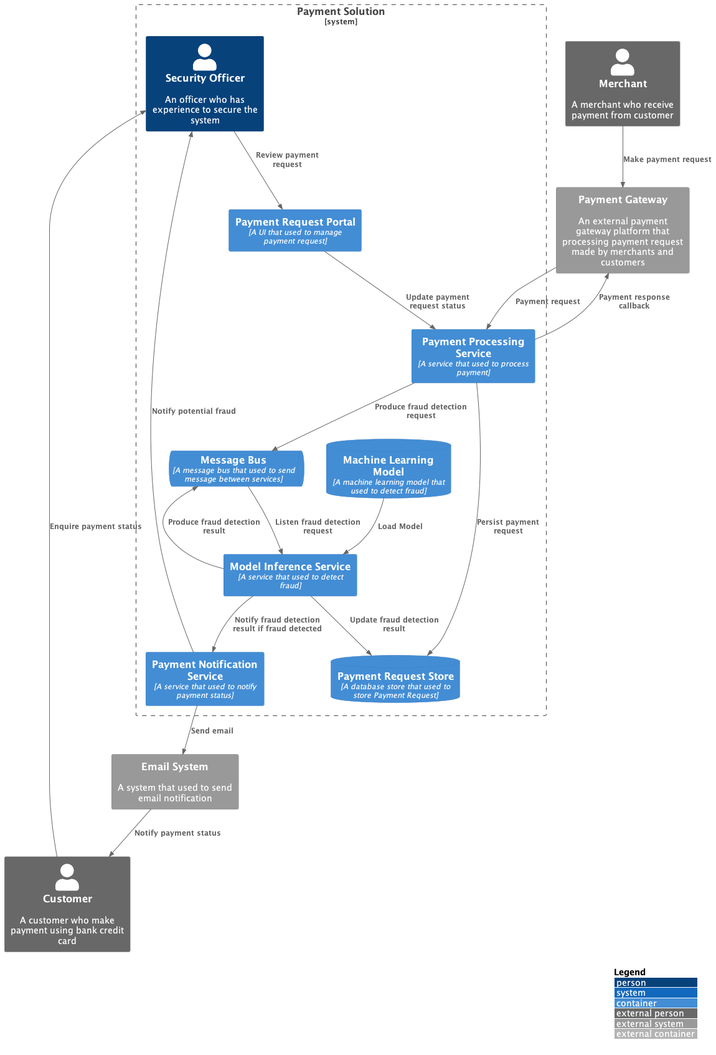
Above: images/C4_container_diagram.png in reidlai/cp630-final-project (PlantUML), before the change. Its diagram source:
```plantuml
@startuml
!include https://raw.githubusercontent.com/plantuml-stdlib/C4-PlantUML/master/C4_Container.puml

LAYOUT_WITH_LEGEND()

Person_Ext(customer, "Customer", "A customer who make payment using bank credit card")
Person_Ext(merchant, "Merchant", "A merchant who receive payment from customer")
System_Ext(emailsystem, "Email System", "A system that used to send email notification")
System_Ext(paymentgateway, "Payment Gateway", "An external payment gateway platform that processing payment request made by merchants and customers")

System_Boundary(paymentsolution, "Payment Solution", "A banking payment solution that process credit card payment request sent by payment gateway") {
    Person(security_officer, "Security Officer", "An officer who has experience to secure the system")
    ContainerDb(ml_model, "Machine Learning Model", "A machine learning model that used to detect fraud")
    ContainerQueue(message_bus, "Message Bus", "A message bus that used to send message between services")
    Container(model_inference_service, "Model Inference Service", "A service that used to detect fraud")
    Container(payment_processing_service, "Payment Processing Service", "A service that used to process payment")
    ContainerDb(payment_request_store, "Payment Request Store", "A database store that used to store Payment Request")
    Container(payment_notification_service, "Payment Notification Service", "A service that used to notify payment status")
    Container(payment_request_portal, "Payment Request Portal", "A UI that used to manage payment request")
}

Rel(merchant, paymentgateway, "Make payment request")

Rel(paymentgateway, payment_processing_service, "Payment request")
Rel(payment_processing_service, paymentgateway, "Payment response callback")

Rel(payment_processing_service, payment_request_store, "Persist payment request")
Rel(payment_processing_service, message_bus, "Produce fraud detection request")

Rel(message_bus, model_inference_service, "Listen fraud detection request")
Rel(ml_model, model_inference_service, "Load Model")

Rel(model_inference_service, payment_request_store, "Update fraud detection result")
Rel(model_inference_service, payment_notification_service, "Notify fraud detection result if fraud detected")
Rel(model_inference_service, message_bus, "Produce fraud detection result")

Rel(payment_notification_service, emailsystem, "Send email")
Rel(payment_notification_service, security_officer, "Notify potential fraud")
Rel(security_officer, payment_request_portal, "Review payment request")
Rel(payment_request_portal, payment_processing_service, "Update payment request status")

Rel(emailsystem, customer, "Notify payment status")
Rel(customer, security_officer, "Enquire payment status")


@enduml
```
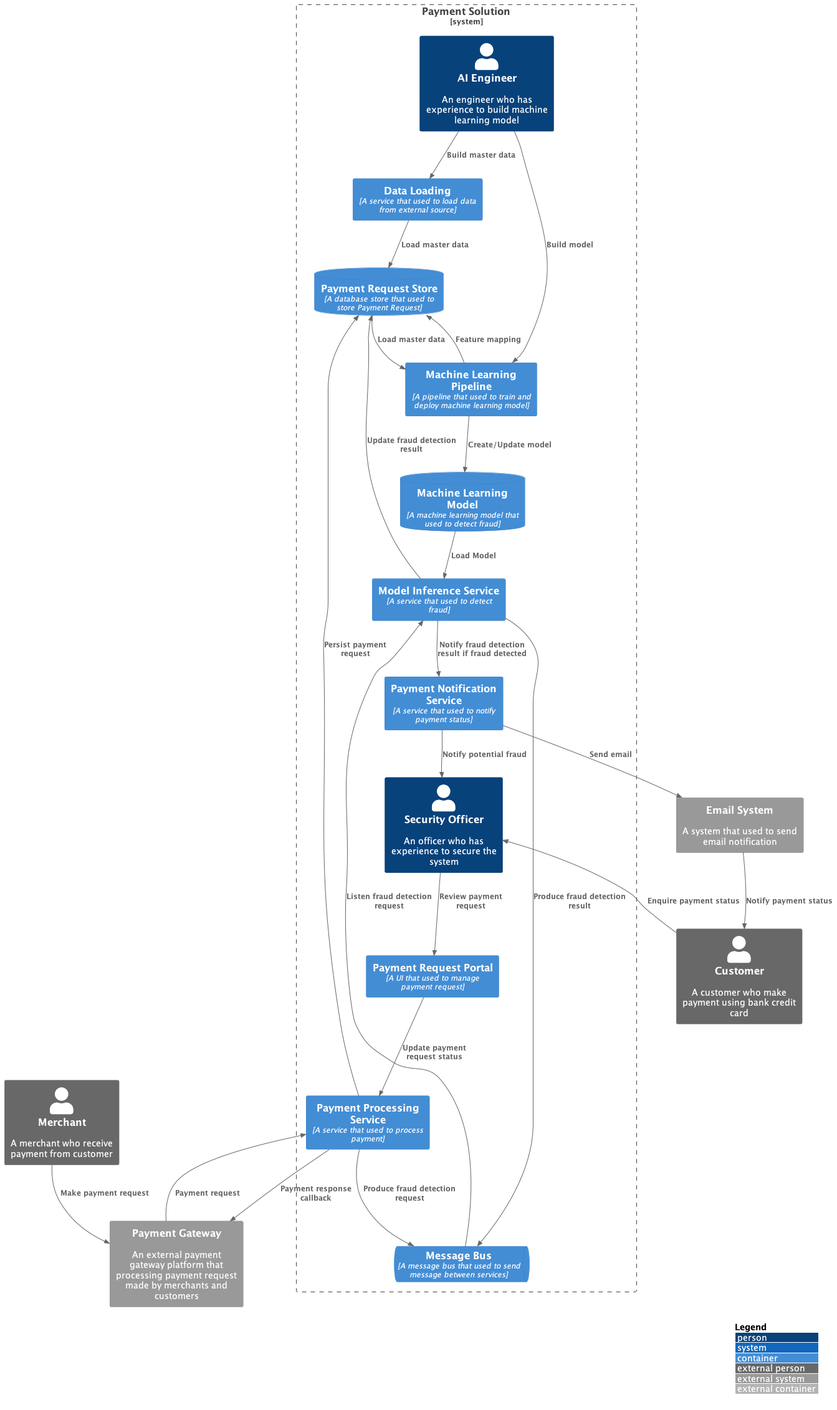
After the commit.

Change to the diagram source:
```diff
@@ -9,7 +9,10 @@
 System_Ext(paymentgateway, "Payment Gateway", "An external payment gateway platform that processing payment request made by merchants and customers")
 
 System_Boundary(paymentsolution, "Payment Solution", "A banking payment solution that process credit card payment request sent by payment gateway") {
+    Person(ai_engineer, "AI Engineer", "An engineer who has experience to build machine learning model")
     Person(security_officer, "Security Officer", "An officer who has experience to secure the system")
+    Container(data_loading, "Data Loading", "A service that used to load data from external source")
+    Container(ml_pipeline, "Machine Learning Pipeline", "A pipeline that used to train and deploy machine learning model")
     ContainerDb(ml_model, "Machine Learning Model", "A machine learning model that used to detect fraud")
     ContainerQueue(message_bus, "Message Bus", "A message bus that used to send message between services")
     Container(model_inference_service, "Model Inference Service", "A service that used to detect fraud")
@@ -19,17 +22,21 @@
     Container(payment_request_portal, "Payment Request Portal", "A UI that used to manage payment request")
 }
 
+Rel(ai_engineer, data_loading, "Build master data")
+Rel(data_loading, payment_request_store, "Load master data")
+Rel(payment_request_store, ml_pipeline, "Load master data")
+Rel(ai_engineer, ml_pipeline, "Build model")
+Rel(ml_pipeline, payment_request_store, "Feature mapping")
+Rel(ml_pipeline, ml_model, "Create/Update model")
+
 Rel(merchant, paymentgateway, "Make payment request")
-
 Rel(paymentgateway, payment_processing_service, "Payment request")
 Rel(payment_processing_service, paymentgateway, "Payment response callback")
+Rel(payment_processing_service, payment_request_store, "Persist payment request")
 
-Rel(payment_processing_service, payment_request_store, "Persist payment request")
 Rel(payment_processing_service, message_bus, "Produce fraud detection request")
-
 Rel(message_bus, model_inference_service, "Listen fraud detection request")
 Rel(ml_model, model_inference_service, "Load Model")
-
 Rel(model_inference_service, payment_request_store, "Update fraud detection result")
 Rel(model_inference_service, payment_notification_service, "Notify fraud detection result if fraud detected")
 Rel(model_inference_service, message_bus, "Produce fraud detection result")
@@ -38,9 +45,7 @@
 Rel(payment_notification_service, security_officer, "Notify potential fraud")
 Rel(security_officer, payment_request_portal, "Review payment request")
 Rel(payment_request_portal, payment_processing_service, "Update payment request status")
-
 Rel(emailsystem, customer, "Notify payment status")
 Rel(customer, security_officer, "Enquire payment status")
 
-
 @enduml
```
